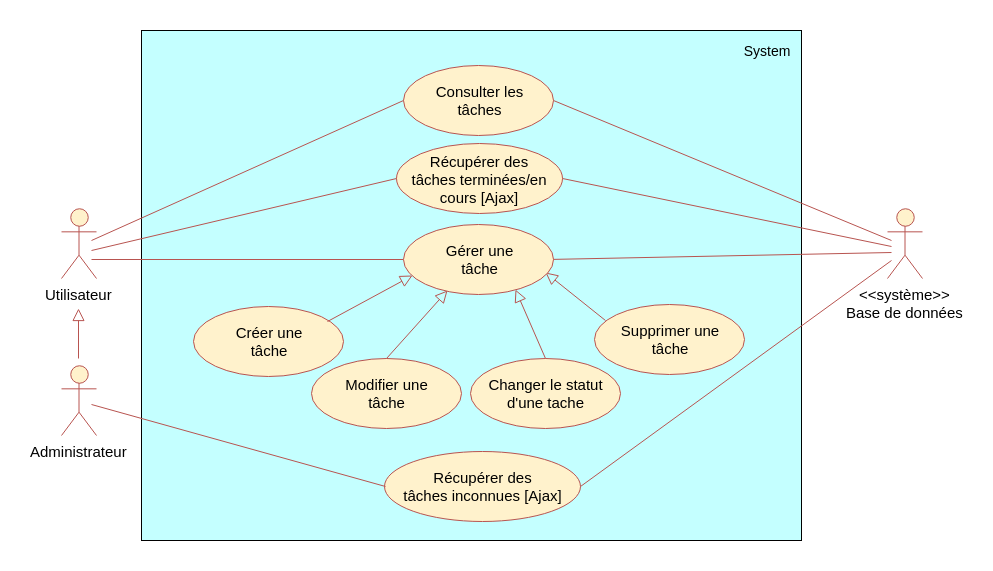
Thibok/TodoList keeps this draw.io diagram as Diagrammes/Gestion_taches.png. Above is the earlier version. Source tidied: cells renumbered, new cells last; positions are measured from the earlier drawing's top-left corner, leaving out a move shared by most shapes. Source of this version:
```xml
<mxGraphModel background="#ffffff">
  <root>
    <mxCell id="0" />
    <mxCell id="1" parent="0" />
    <mxCell id="2" style="rounded=0;whiteSpace=wrap;html=1;fillColor=#C4FFFF;strokeColor=#000000;" parent="1" vertex="1">
      <mxGeometry x="80" width="660" height="510" as="geometry" />
    </mxCell>
    <mxCell id="3" value="&amp;lt;&amp;lt;système&amp;gt;&amp;gt;&lt;div style=&quot;font-size: 15px&quot;&gt;Base de données&lt;/div&gt;" style="shape=umlActor;verticalLabelPosition=bottom;labelBackgroundColor=#ffffff;verticalAlign=top;html=1;fillColor=#FFF2CC;strokeColor=#b85450;fontSize=15;" parent="1" vertex="1">
      <mxGeometry x="826" y="178" width="35" height="70" as="geometry" />
    </mxCell>
    <mxCell id="4" value="System" style="text;html=1;strokeColor=none;fillColor=none;align=center;verticalAlign=middle;whiteSpace=wrap;fontColor=#000000;fontSize=14;" parent="1" vertex="1">
      <mxGeometry x="680" y="10" width="51" height="20" as="geometry" />
    </mxCell>
    <mxCell id="5" value="Utilisateur" style="shape=umlActor;verticalLabelPosition=bottom;labelBackgroundColor=#ffffff;verticalAlign=top;html=1;fillColor=#FFF2CC;strokeColor=#b85450;fontSize=15;strokeWidth=1;perimeterSpacing=3;" parent="1" vertex="1">
      <mxGeometry y="178" width="35" height="70" as="geometry" />
    </mxCell>
    <mxCell id="6" value="Supprimer une&lt;br&gt;tâche&lt;br&gt;" style="ellipse;whiteSpace=wrap;html=1;strokeColor=#B85450;fillColor=#fff2cc;fontColor=#000000;fontSize=15;" parent="1" vertex="1">
      <mxGeometry x="533" y="274" width="150" height="70" as="geometry" />
    </mxCell>
    <mxCell id="7" value="Modifier une&lt;br&gt;tâche&lt;br&gt;" style="ellipse;whiteSpace=wrap;html=1;strokeColor=#B85450;fillColor=#fff2cc;fontColor=#000000;fontSize=15;" parent="1" vertex="1">
      <mxGeometry x="250" y="328" width="150" height="70" as="geometry" />
    </mxCell>
    <mxCell id="8" value="Créer une&lt;br&gt;tâche&lt;br&gt;" style="ellipse;whiteSpace=wrap;html=1;strokeColor=#B85450;fillColor=#fff2cc;fontColor=#000000;fontSize=15;" parent="1" vertex="1">
      <mxGeometry x="132" y="276" width="150" height="70" as="geometry" />
    </mxCell>
    <mxCell id="9" value="Consulter les&lt;br&gt;tâches&lt;br&gt;" style="ellipse;whiteSpace=wrap;html=1;strokeColor=#B85450;fillColor=#fff2cc;fontColor=#000000;fontSize=15;" parent="1" vertex="1">
      <mxGeometry x="342" y="35" width="150" height="70" as="geometry" />
    </mxCell>
    <mxCell id="10" value="Administrateur" style="shape=umlActor;verticalLabelPosition=bottom;labelBackgroundColor=#ffffff;verticalAlign=top;html=1;fillColor=#FFF2CC;strokeColor=#b85450;fontSize=15;strokeWidth=1;perimeterSpacing=3;" parent="1" vertex="1">
      <mxGeometry y="335" width="35" height="70" as="geometry" />
    </mxCell>
    <mxCell id="11" value="Changer le statut&lt;br&gt;d'une tache&lt;br&gt;" style="ellipse;whiteSpace=wrap;html=1;strokeColor=#B85450;fillColor=#fff2cc;fontColor=#000000;fontSize=15;" parent="1" vertex="1">
      <mxGeometry x="408.5" y="328" width="150" height="70" as="geometry" />
    </mxCell>
    <mxCell id="12" value="Récupérer des&lt;br&gt;tâches terminées/en cours [Ajax]&lt;br&gt;" style="ellipse;whiteSpace=wrap;html=1;strokeColor=#B85450;fillColor=#fff2cc;fontColor=#000000;fontSize=15;" parent="1" vertex="1">
      <mxGeometry x="335" y="113" width="166" height="70" as="geometry" />
    </mxCell>
    <mxCell id="13" style="endArrow=none;html=1;fillColor=#f8cecc;strokeColor=#b85450;entryX=0;entryY=0.5;entryDx=0;entryDy=0;" parent="1" edge="1" target="9">
      <mxGeometry relative="1" as="geometry">
        <mxPoint x="30" y="210" as="sourcePoint" />
      </mxGeometry>
    </mxCell>
    <mxCell id="14" style="endArrow=none;html=1;fillColor=#f8cecc;strokeColor=#b85450;entryX=0;entryY=0.5;entryDx=0;entryDy=0;" parent="1" edge="1" target="12">
      <mxGeometry relative="1" as="geometry">
        <mxPoint x="30" y="220" as="sourcePoint" />
      </mxGeometry>
    </mxCell>
    <mxCell id="15" style="endArrow=none;html=1;fillColor=#f8cecc;strokeColor=#b85450;entryX=0;entryY=0.5;entryDx=0;entryDy=0;" parent="1" edge="1">
      <mxGeometry relative="1" as="geometry">
        <mxPoint x="30" y="229" as="sourcePoint" />
        <mxPoint x="342" y="229" as="targetPoint" />
      </mxGeometry>
    </mxCell>
    <mxCell id="16" style="endArrow=block;html=1;fillColor=#f8cecc;strokeColor=#b85450;endFill=0;endSize=10;entryX=0.027;entryY=0.657;entryDx=0;entryDy=0;entryPerimeter=0;exitX=1;exitY=0;exitDx=0;exitDy=0;" parent="1" edge="1">
      <mxGeometry relative="1" as="geometry">
        <mxPoint x="266" y="291" as="sourcePoint" />
        <mxPoint x="351" y="245" as="targetPoint" />
      </mxGeometry>
    </mxCell>
    <mxCell id="17" style="endArrow=block;html=1;fillColor=#f8cecc;strokeColor=#b85450;endFill=0;endSize=10;entryX=1.004;entryY=0.689;entryDx=0;entryDy=0;entryPerimeter=0;exitX=0.084;exitY=0.216;exitDx=0;exitDy=0;exitPerimeter=0;" parent="1" edge="1">
      <mxGeometry relative="1" as="geometry">
        <mxPoint x="544" y="290" as="sourcePoint" />
        <mxPoint x="484" y="242" as="targetPoint" />
      </mxGeometry>
    </mxCell>
    <mxCell id="18" style="endArrow=block;html=1;fillColor=#f8cecc;strokeColor=#b85450;endFill=0;endSize=10;entryX=0.28;entryY=0.949;entryDx=0;entryDy=0;entryPerimeter=0;exitX=0.5;exitY=0;exitDx=0;exitDy=0;" parent="1" edge="1" source="7">
      <mxGeometry relative="1" as="geometry">
        <mxPoint x="386" y="260" as="targetPoint" />
      </mxGeometry>
    </mxCell>
    <mxCell id="19" style="endArrow=block;html=1;fillColor=#f8cecc;strokeColor=#b85450;endFill=0;endSize=10;exitX=0.5;exitY=0;exitDx=0;exitDy=0;" parent="1" edge="1" source="11">
      <mxGeometry relative="1" as="geometry">
        <mxPoint x="454" y="259.1" as="targetPoint" />
      </mxGeometry>
    </mxCell>
    <mxCell id="20" style="endArrow=none;html=1;fillColor=#f8cecc;strokeColor=#b85450;exitX=1;exitY=0.5;exitDx=0;exitDy=0;" parent="1" edge="1" source="12">
      <mxGeometry relative="1" as="geometry">
        <mxPoint x="830" y="216" as="targetPoint" />
      </mxGeometry>
    </mxCell>
    <mxCell id="21" style="endArrow=none;html=1;fillColor=#f8cecc;strokeColor=#b85450;exitX=1;exitY=0.5;exitDx=0;exitDy=0;" parent="1" edge="1" source="9">
      <mxGeometry relative="1" as="geometry">
        <mxPoint x="830" y="210" as="targetPoint" />
      </mxGeometry>
    </mxCell>
    <mxCell id="22" style="endArrow=none;html=1;fillColor=#f8cecc;strokeColor=#b85450;exitX=1;exitY=0.5;exitDx=0;exitDy=0;" parent="1" edge="1">
      <mxGeometry relative="1" as="geometry">
        <mxPoint x="486" y="229" as="sourcePoint" />
        <mxPoint x="830" y="222" as="targetPoint" />
      </mxGeometry>
    </mxCell>
    <mxCell id="23" style="endArrow=block;html=1;fillColor=#f8cecc;strokeColor=#b85450;endFill=0;jumpSize=6;endSize=10;" parent="1" edge="1">
      <mxGeometry relative="1" as="geometry">
        <mxPoint x="17" y="328" as="sourcePoint" />
        <mxPoint x="17" y="278" as="targetPoint" />
      </mxGeometry>
    </mxCell>
    <mxCell id="24" value="Récupérer des&lt;br&gt;tâches inconnues [Ajax]&lt;br&gt;" style="ellipse;whiteSpace=wrap;html=1;strokeColor=#B85450;fillColor=#fff2cc;fontColor=#000000;fontSize=15;" parent="1" vertex="1">
      <mxGeometry x="323" y="421" width="196" height="70" as="geometry" />
    </mxCell>
    <mxCell id="25" style="endArrow=none;html=1;fillColor=#f8cecc;strokeColor=#b85450;entryX=0;entryY=0.5;entryDx=0;entryDy=0;" parent="1" edge="1">
      <mxGeometry relative="1" as="geometry">
        <mxPoint x="30" y="374" as="sourcePoint" />
        <mxPoint x="324" y="456" as="targetPoint" />
      </mxGeometry>
    </mxCell>
    <mxCell id="26" style="endArrow=none;html=1;fillColor=#f8cecc;strokeColor=#b85450;exitX=1;exitY=0.5;exitDx=0;exitDy=0;" parent="1" edge="1">
      <mxGeometry relative="1" as="geometry">
        <mxPoint x="519" y="456" as="sourcePoint" />
        <mxPoint x="830" y="230" as="targetPoint" />
      </mxGeometry>
    </mxCell>
    <mxCell id="27" value="Gérer une&lt;br&gt;tâche&lt;br&gt;" style="ellipse;whiteSpace=wrap;html=1;strokeColor=#B85450;fillColor=#fff2cc;fontColor=#000000;fontSize=15;" parent="1" vertex="1">
      <mxGeometry x="342" y="194" width="150" height="70" as="geometry" />
    </mxCell>
  </root>
</mxGraphModel>
```
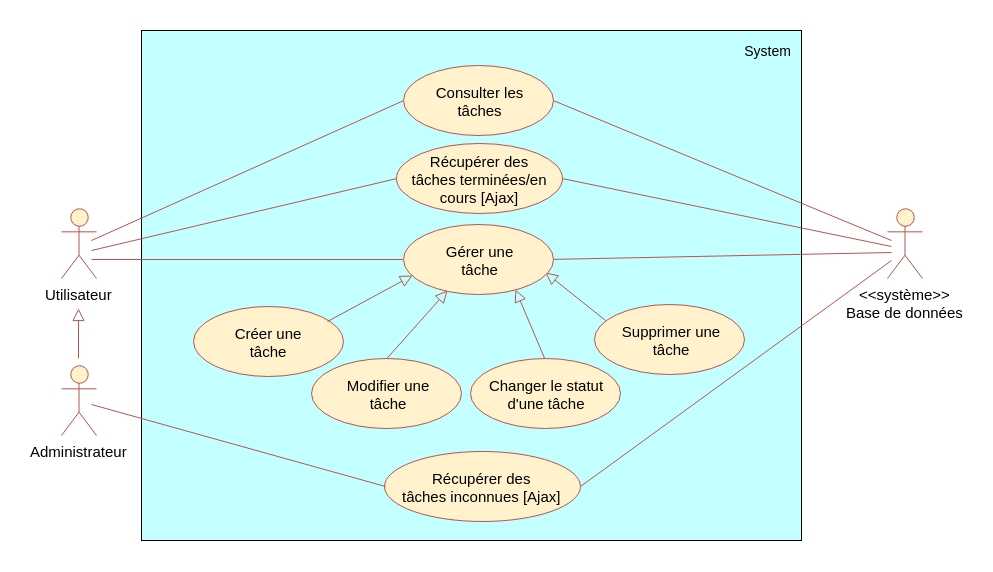
The same file after the commit.

Change to the diagram source:
```diff
@@ -29,7 +29,7 @@
     <mxCell id="10" value="Administrateur" style="shape=umlActor;verticalLabelPosition=bottom;labelBackgroundColor=#ffffff;verticalAlign=top;html=1;fillColor=#FFF2CC;strokeColor=#b85450;fontSize=15;strokeWidth=1;perimeterSpacing=3;" parent="1" vertex="1">
       <mxGeometry y="335" width="35" height="70" as="geometry" />
     </mxCell>
-    <mxCell id="11" value="Changer le statut&lt;br&gt;d'une tache&lt;br&gt;" style="ellipse;whiteSpace=wrap;html=1;strokeColor=#B85450;fillColor=#fff2cc;fontColor=#000000;fontSize=15;" parent="1" vertex="1">
+    <mxCell id="11" value="Changer le statut&lt;br&gt;d'une tâche&lt;br&gt;" style="ellipse;whiteSpace=wrap;html=1;strokeColor=#B85450;fillColor=#fff2cc;fontColor=#000000;fontSize=15;" parent="1" vertex="1">
       <mxGeometry x="408.5" y="328" width="150" height="70" as="geometry" />
     </mxCell>
     <mxCell id="12" value="Récupérer des&lt;br&gt;tâches terminées/en cours [Ajax]&lt;br&gt;" style="ellipse;whiteSpace=wrap;html=1;strokeColor=#B85450;fillColor=#fff2cc;fontColor=#000000;fontSize=15;" parent="1" vertex="1">
```
